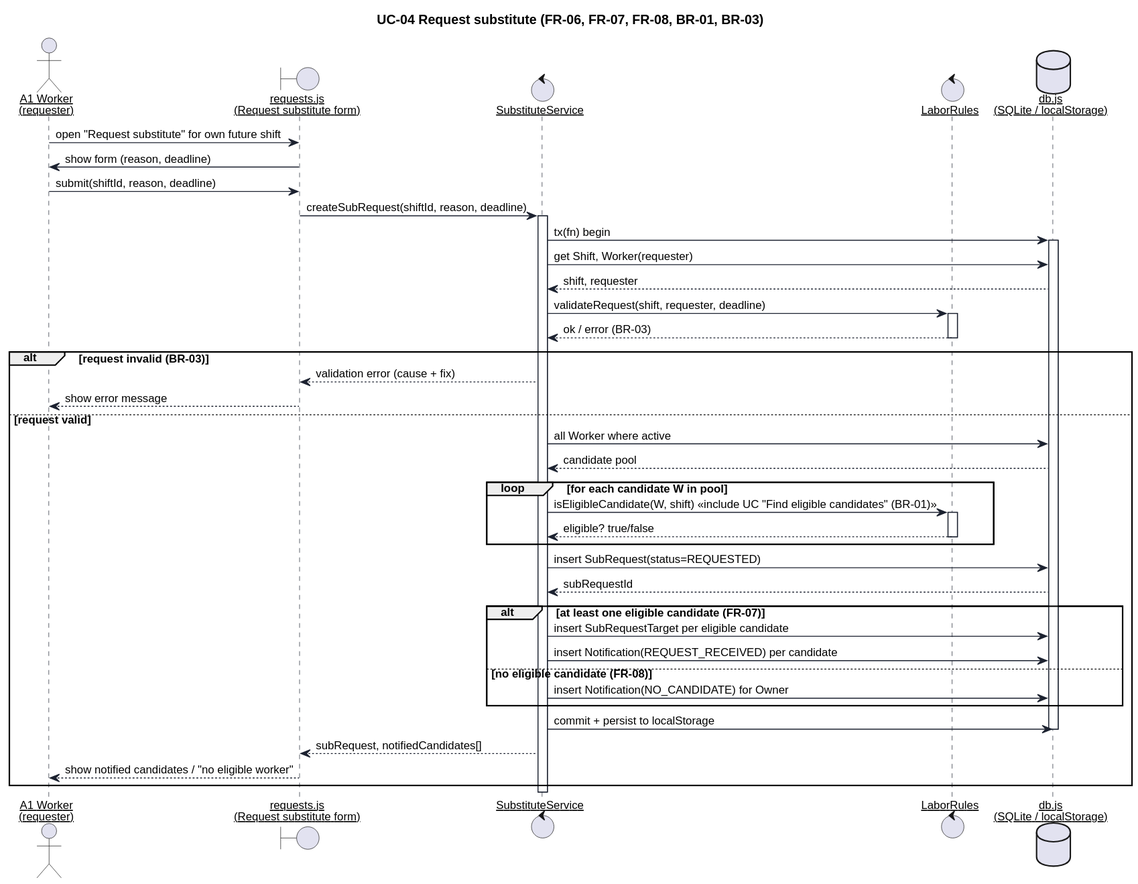
Earlier version of the PlantUML export uml/seq-1-request.svg (keemlogan/shiftswap).
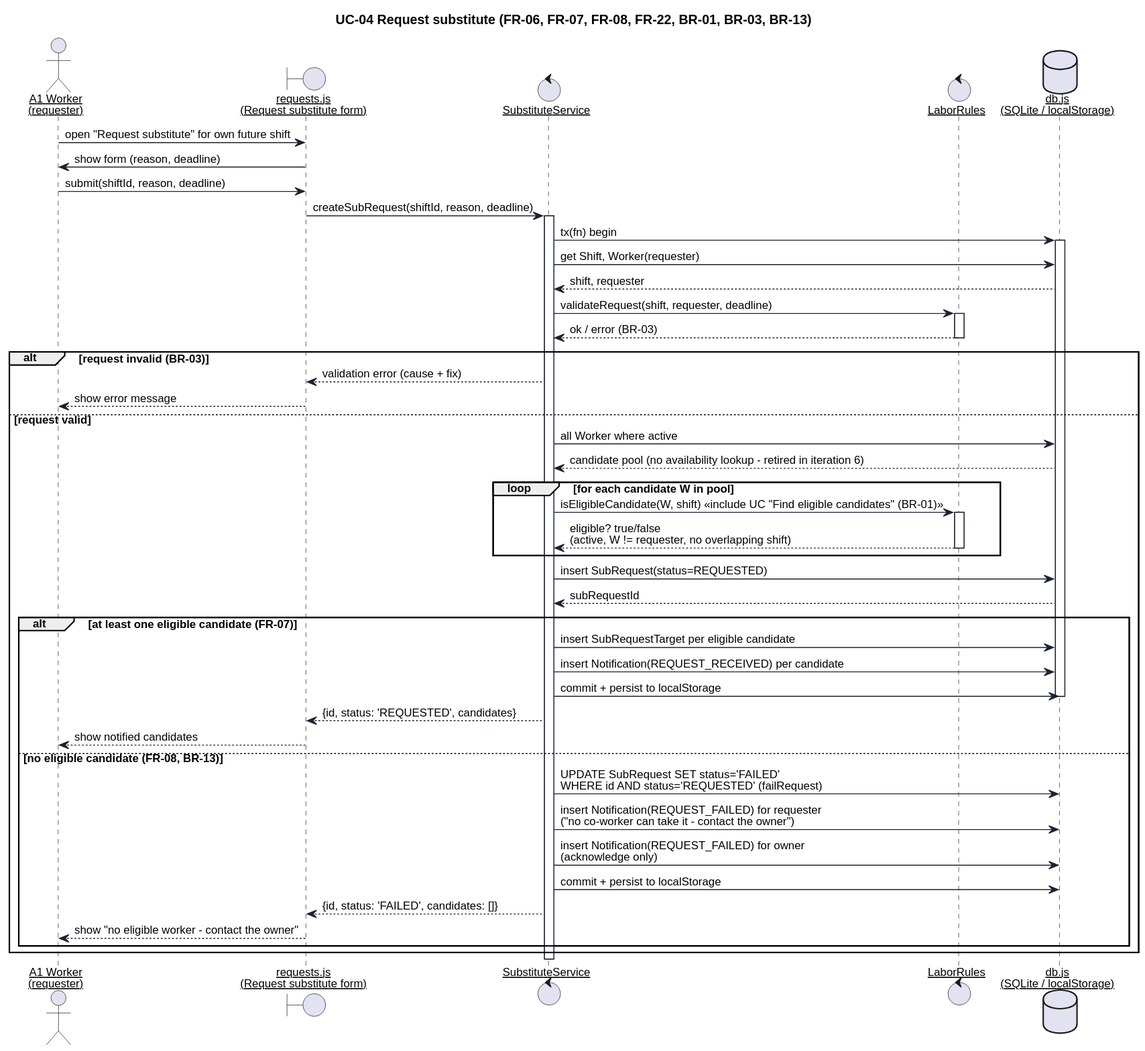
After the change.

What changed in the source:
```diff
@@ -15,7 +15,7 @@
   BoxBorderColor #1C2230
 }
 
-title UC-04 Request substitute (FR-06, FR-07, FR-08, BR-01, BR-03)
+title UC-04 Request substitute (FR-06, FR-07, FR-08, FR-22, BR-01, BR-03, BR-13)
 
 actor "A1 Worker\n(requester)" as Worker
 boundary "requests.js\n(Request substitute form)" as UI
@@ -44,12 +44,12 @@
   UI --> Worker : show error message
 else request valid
   Svc -> DB : all Worker where active
-  DB --> Svc : candidate pool
+  DB --> Svc : candidate pool (no availability lookup - retired in iteration 6)
 
   loop for each candidate W in pool
     Svc -> Rules : isEligibleCandidate(W, shift) <<include UC "Find eligible candidates" (BR-01)>>
     activate Rules
-    Rules --> Svc : eligible? true/false
+    Rules --> Svc : eligible? true/false\n(active, W != requester, no overlapping shift)
     deactivate Rules
   end
 
@@ -59,14 +59,19 @@
   alt at least one eligible candidate (FR-07)
     Svc -> DB : insert SubRequestTarget per eligible candidate
     Svc -> DB : insert Notification(REQUEST_RECEIVED) per candidate
-  else no eligible candidate (FR-08)
-    Svc -> DB : insert Notification(NO_CANDIDATE) for Owner
+    Svc -> DB : commit + persist to localStorage
+    deactivate DB
+    Svc --> UI : {id, status: 'REQUESTED', candidates}
+    UI --> Worker : show notified candidates
+  else no eligible candidate (FR-08, BR-13)
+    Svc -> DB : UPDATE SubRequest SET status='FAILED'\nWHERE id AND status='REQUESTED' (failRequest)
+    Svc -> DB : insert Notification(REQUEST_FAILED) for requester\n("no co-worker can take it - contact the owner")
+    Svc -> DB : insert Notification(REQUEST_FAILED) for owner\n(acknowledge only)
+    Svc -> DB : commit + persist to localStorage
+    deactivate DB
+    Svc --> UI : {id, status: 'FAILED', candidates: []}
+    UI --> Worker : show "no eligible worker - contact the owner"
   end
-
-  Svc -> DB : commit + persist to localStorage
-  deactivate DB
-  Svc --> UI : subRequest, notifiedCandidates[]
-  UI --> Worker : show notified candidates / "no eligible worker"
 end
 deactivate Svc
 @enduml
```
